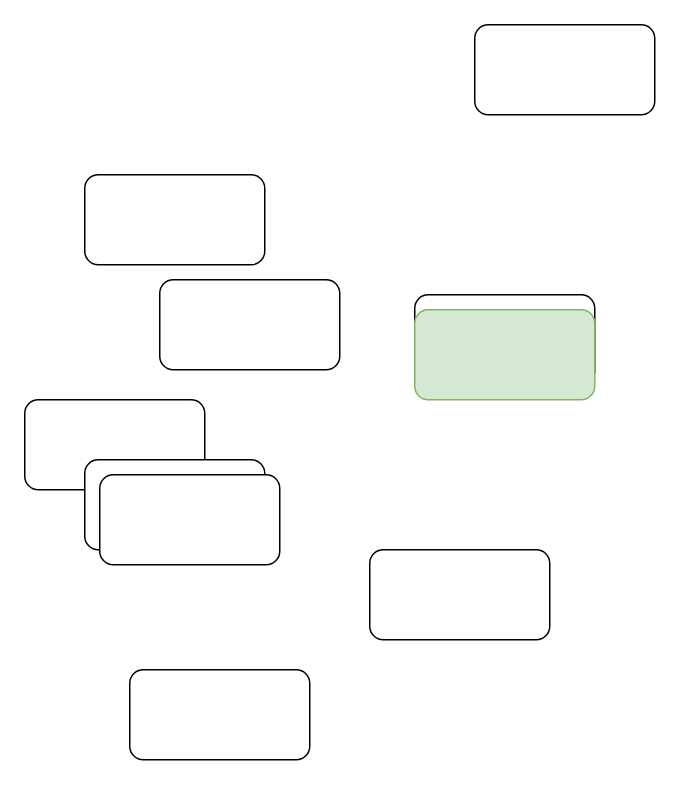
The draw.io diagram Untitled Diagram.drawio in adilsonbna/demo, before the edit. Source tidied: cells renumbered, new cells numbered last; positions are measured from the earlier drawing's top-left corner, leaving out a move shared by most shapes. Both pictures are drawn from the tidied source at 150%, with x=0, y=0 at pixel (24, 24).
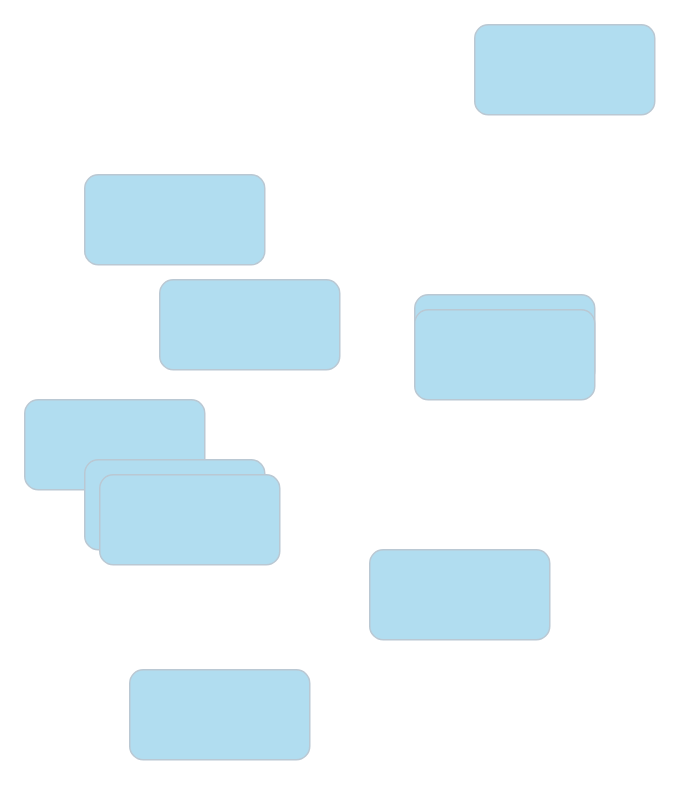
The same page after the edit.

Change to the diagram source:
```diff
@@
 <mxGraphModel>
   <root>
     <mxCell id="0" />
     <mxCell id="1" parent="0" />
-    <mxCell id="2" style="rounded=1;whiteSpace=wrap;html=1;" parent="1" vertex="1">
+    <mxCell id="2" style="rounded=1;whiteSpace=wrap;html=1;labelBackgroundColor=none;fillColor=#B1DDF0;strokeColor=#BAC8D3;fontColor=#182E3E;" parent="1" vertex="1">
       <mxGeometry y="250" width="120" height="60" as="geometry" />
     </mxCell>
-    <mxCell id="3" style="rounded=1;whiteSpace=wrap;html=1;" parent="1" vertex="1">
+    <mxCell id="3" style="rounded=1;whiteSpace=wrap;html=1;labelBackgroundColor=none;fillColor=#B1DDF0;strokeColor=#BAC8D3;fontColor=#182E3E;" parent="1" vertex="1">
       <mxGeometry x="300" width="120" height="60" as="geometry" />
     </mxCell>
-    <mxCell id="4" style="rounded=1;whiteSpace=wrap;html=1;" parent="1" vertex="1">
+    <mxCell id="4" style="rounded=1;whiteSpace=wrap;html=1;labelBackgroundColor=none;fillColor=#B1DDF0;strokeColor=#BAC8D3;fontColor=#182E3E;" parent="1" vertex="1">
       <mxGeometry x="40" y="100" width="120" height="60" as="geometry" />
     </mxCell>
-    <mxCell id="5" style="rounded=1;whiteSpace=wrap;html=1;" parent="1" vertex="1">
+    <mxCell id="5" style="rounded=1;whiteSpace=wrap;html=1;labelBackgroundColor=none;fillColor=#B1DDF0;strokeColor=#BAC8D3;fontColor=#182E3E;" parent="1" vertex="1">
       <mxGeometry x="90" y="170" width="120" height="60" as="geometry" />
     </mxCell>
-    <mxCell id="6" style="rounded=1;whiteSpace=wrap;html=1;" parent="1" vertex="1">
+    <mxCell id="6" style="rounded=1;whiteSpace=wrap;html=1;labelBackgroundColor=none;fillColor=#B1DDF0;strokeColor=#BAC8D3;fontColor=#182E3E;" parent="1" vertex="1">
       <mxGeometry x="40" y="290" width="120" height="60" as="geometry" />
     </mxCell>
-    <mxCell id="7" style="rounded=1;whiteSpace=wrap;html=1;" parent="1" vertex="1">
+    <mxCell id="7" style="rounded=1;whiteSpace=wrap;html=1;labelBackgroundColor=none;fillColor=#B1DDF0;strokeColor=#BAC8D3;fontColor=#182E3E;" parent="1" vertex="1">
       <mxGeometry x="50" y="300" width="120" height="60" as="geometry" />
     </mxCell>
-    <mxCell id="8" style="rounded=1;whiteSpace=wrap;html=1;" parent="1" vertex="1">
+    <mxCell id="8" style="rounded=1;whiteSpace=wrap;html=1;labelBackgroundColor=none;fillColor=#B1DDF0;strokeColor=#BAC8D3;fontColor=#182E3E;" parent="1" vertex="1">
       <mxGeometry x="260" y="180" width="120" height="60" as="geometry" />
     </mxCell>
-    <mxCell id="9" style="rounded=1;whiteSpace=wrap;html=1;" parent="1" vertex="1">
+    <mxCell id="9" style="rounded=1;whiteSpace=wrap;html=1;labelBackgroundColor=none;fillColor=#B1DDF0;strokeColor=#BAC8D3;fontColor=#182E3E;" parent="1" vertex="1">
       <mxGeometry x="70" y="430" width="120" height="60" as="geometry" />
     </mxCell>
-    <mxCell id="10" style="rounded=1;whiteSpace=wrap;html=1;" parent="1" vertex="1">
+    <mxCell id="10" style="rounded=1;whiteSpace=wrap;html=1;labelBackgroundColor=none;fillColor=#B1DDF0;strokeColor=#BAC8D3;fontColor=#182E3E;" parent="1" vertex="1">
       <mxGeometry x="230" y="350" width="120" height="60" as="geometry" />
     </mxCell>
-    <mxCell id="11" style="rounded=1;whiteSpace=wrap;html=1;fillColor=#d5e8d4;strokeColor=#82b366;" parent="1" vertex="1">
+    <mxCell id="11" style="rounded=1;whiteSpace=wrap;html=1;fillColor=#B1DDF0;strokeColor=#BAC8D3;labelBackgroundColor=none;fontColor=#182E3E;" parent="1" vertex="1">
       <mxGeometry x="260" y="190" width="120" height="60" as="geometry" />
     </mxCell>
   </root>
 </mxGraphModel>
```
